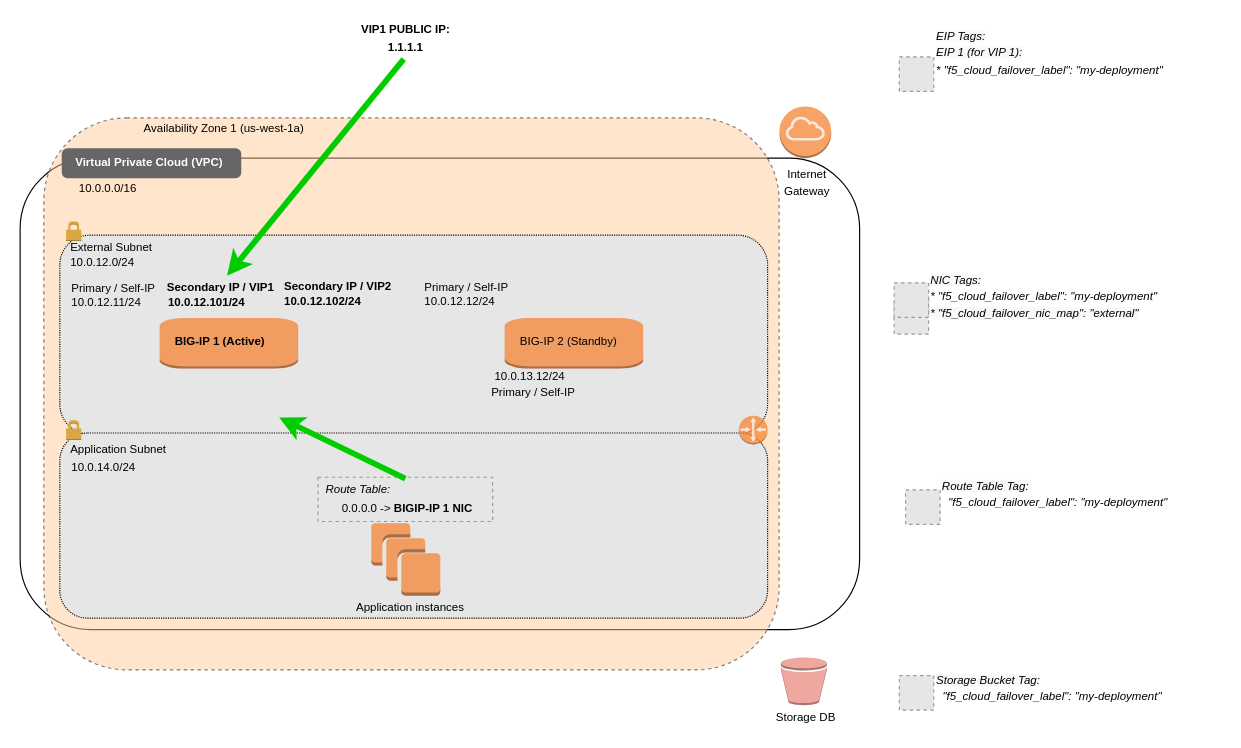
Above: aws/2nic/aws-failover-same-net-2nic-multiple-vips-1.drawio in f5-applebaum/f5-ve-cloud-diagrams (draw.io), before the change. Source tidied: cells renumbered, new cells numbered last; positions are measured from the earlier drawing's top-left corner, leaving out a move shared by most shapes. Both pictures are drawn from the tidied source at 115%, with x=0, y=0 at pixel (20, 20). Pictures stored in the file or linked from it are replaced by grey dashed boxes.
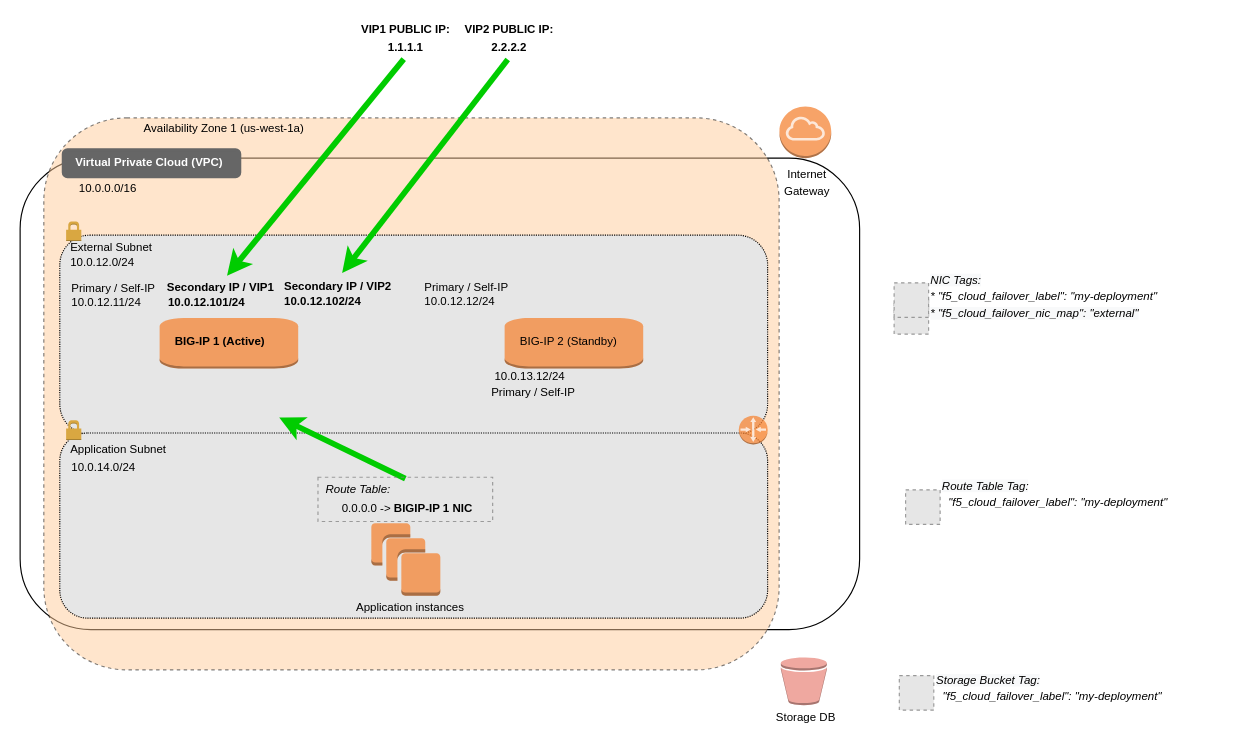
The same page after the edit.

Commit message (it also covers changes not shown here):
updated multiple AWS vips 2nic

Change to the diagram source:
```diff
@@
-    <mxCell id="34" value="&lt;font style=&quot;font-size: 10px&quot;&gt;&lt;i style=&quot;color: rgb(0 , 0 , 0) ; font-family: &amp;#34;helvetica&amp;#34; ; font-weight: 400 ; letter-spacing: normal ; text-align: center ; text-indent: 0px ; text-transform: none ; word-spacing: 0px ; background-color: rgb(248 , 249 , 250)&quot;&gt;EIP Tags: &lt;br&gt;EIP 1 (for VIP 1):&lt;br&gt;&lt;/i&gt;&lt;i style=&quot;font-family: &amp;#34;helvetica&amp;#34; ; text-align: center&quot;&gt;* &quot;f5_cloud_failover_label&quot;: &quot;my-deployment&quot;&lt;br&gt;&lt;/i&gt;&lt;i style=&quot;color: rgb(0 , 0 , 0) ; font-family: &amp;#34;helvetica&amp;#34; ; font-weight: 400 ; letter-spacing: normal ; text-align: center ; text-indent: 0px ; text-transform: none ; word-spacing: 0px ; background-color: rgb(248 , 249 , 250)&quot;&gt;&lt;br&gt;&lt;/i&gt;&lt;/font&gt;" style="text;whiteSpace=wrap;html=1;fontColor=#000000;" parent="1" vertex="1">
-      <mxGeometry x="794.5" width="250" height="75" as="geometry" />
-    </mxCell>
-    <mxCell id="35" style="fillColor=#E6E6E6;strokeColor=#999999;dashed=1;html=1;verticalAlign=top;verticalLabelPosition=bottom;labelBackgroundColor=#ffffff;fontColor=#000000;align=left;" parent="1" vertex="1">
-      <mxGeometry x="764.5" y="32" width="30" height="30" as="geometry" />
-    </mxCell>
@@
+    <mxCell id="52" value="&lt;font style=&quot;font-size: 10px&quot;&gt;&lt;b&gt;VIP2 PUBLIC IP:&lt;br&gt;2.2.2.2&lt;/b&gt;&lt;br&gt;&lt;/font&gt;" style="text;html=1;align=center;verticalAlign=middle;points=[];" parent="1" vertex="1">
+      <mxGeometry x="380" width="90" height="30" as="geometry" />
+    </mxCell>
+    <mxCell id="53" style="endArrow=classic;html=1;exitX=0.489;exitY=1.14;exitDx=0;exitDy=0;exitPerimeter=0;strokeColor=#00CC00;strokeWidth=5;" parent="1" edge="1" source="52">
+      <mxGeometry relative="1" as="geometry">
+        <mxPoint x="280" y="220" as="targetPoint" />
+      </mxGeometry>
+    </mxCell>
```
